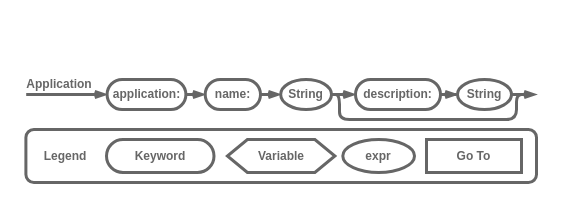
Before: 3. Proyecto/metamodel/Railroad Application.drawio in MrDahaniel/StarDuck, a draw.io diagram. Source tidied: cells renumbered, new cells numbered last; positions are measured from the earlier drawing's top-left corner, leaving out a move shared by most shapes. Both pictures are drawn from the tidied source at 100%, with x=0, y=0 at pixel (25, 69).
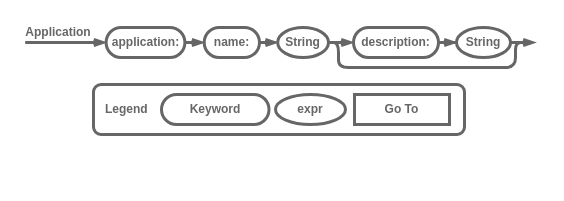
Above is the later version.

What changed in the source:
```diff
@@
+    <mxCell id="20" style="group;" parent="1" vertex="1">
+      <mxGeometry x="-0.3" y="-52" width="510.3" height="117" as="geometry" />
+    </mxCell>
-    <mxCell id="2" style="edgeStyle=orthogonalEdgeStyle;shape=connector;curved=0;rounded=0;jettySize=auto;html=1;exitX=0;exitY=0.5;exitDx=0;exitDy=0;labelBackgroundColor=default;strokeColor=#666666;strokeWidth=3;align=center;verticalAlign=middle;fontFamily=Helvetica;fontSize=11;fontColor=default;endArrow=none;endFill=0;startArrow=openThin;startFill=0;" parent="1" edge="1" source="3">
+    <mxCell id="2" style="edgeStyle=orthogonalEdgeStyle;shape=connector;curved=0;rounded=0;jettySize=auto;html=1;exitX=0;exitY=0.5;exitDx=0;exitDy=0;labelBackgroundColor=default;strokeColor=#666666;strokeWidth=3;align=center;verticalAlign=middle;fontFamily=Helvetica;fontSize=11;fontColor=default;endArrow=none;endFill=0;startArrow=openThin;startFill=0;" parent="20" edge="1" source="3">
       <mxGeometry relative="1" as="geometry">
-        <mxPoint x="0.7" y="25" as="targetPoint" />
+        <mxPoint y="25" as="targetPoint" />
       </mxGeometry>
     </mxCell>
-    <mxCell id="3" value="&lt;b style=&quot;border-color: var(--border-color);&quot;&gt;&lt;font style=&quot;border-color: var(--border-color);&quot; color=&quot;#666666&quot;&gt;application:&lt;/font&gt;&lt;/b&gt;" style="rounded=1;whiteSpace=wrap;html=1;strokeColor=#666666;fontFamily=Helvetica;fontSize=12;fontColor=#143642;fillColor=#ffffff;arcSize=50;fontStyle=0;shadow=0;labelBackgroundColor=none;align=center;verticalAlign=middle;strokeWidth=3;" parent="1" vertex="1">
-      <mxGeometry x="81.6" y="10" width="78.8" height="30" as="geometry" />
+    <mxCell id="3" value="&lt;b style=&quot;border-color: var(--border-color);&quot;&gt;&lt;font style=&quot;border-color: var(--border-color);&quot; color=&quot;#666666&quot;&gt;application:&lt;/font&gt;&lt;/b&gt;" style="rounded=1;whiteSpace=wrap;html=1;strokeColor=#666666;fontFamily=Helvetica;fontSize=12;fontColor=#143642;fillColor=#ffffff;arcSize=50;fontStyle=0;shadow=0;labelBackgroundColor=none;align=center;verticalAlign=middle;strokeWidth=3;" parent="20" vertex="1">
+      <mxGeometry x="80.9" y="10" width="78.8" height="30" as="geometry" />
     </mxCell>
-    <mxCell id="4" style="edgeStyle=orthogonalEdgeStyle;shape=connector;curved=0;rounded=0;jettySize=auto;html=1;exitX=1;exitY=0.5;exitDx=0;exitDy=0;labelBackgroundColor=default;strokeColor=#666666;strokeWidth=3;align=center;verticalAlign=middle;fontFamily=Helvetica;fontSize=11;fontColor=default;endArrow=openThin;endFill=0;" parent="1" edge="1" source="14">
+    <mxCell id="4" style="edgeStyle=orthogonalEdgeStyle;shape=connector;curved=0;rounded=0;jettySize=auto;html=1;exitX=1;exitY=0.5;exitDx=0;exitDy=0;labelBackgroundColor=default;strokeColor=#666666;strokeWidth=3;align=center;verticalAlign=middle;fontFamily=Helvetica;fontSize=11;fontColor=default;endArrow=openThin;endFill=0;" parent="20" edge="1" source="14">
       <mxGeometry relative="1" as="geometry">
-        <mxPoint x="511" y="25" as="targetPoint" />
+        <mxPoint x="510.3" y="25" as="targetPoint" />
       </mxGeometry>
     </mxCell>
-    <mxCell id="5" value="&lt;b style=&quot;border-color: var(--border-color); color: rgb(51, 51, 51);&quot;&gt;&lt;font style=&quot;border-color: var(--border-color);&quot; color=&quot;#666666&quot;&gt;name:&lt;/font&gt;&lt;/b&gt;" style="rounded=1;whiteSpace=wrap;html=1;strokeColor=#666666;fontFamily=Helvetica;fontSize=12;fontColor=#143642;fillColor=#ffffff;arcSize=50;fontStyle=0;shadow=0;labelBackgroundColor=none;verticalAlign=middle;strokeWidth=3;" parent="1" vertex="1">
-      <mxGeometry x="179.7" y="10" width="55.3" height="30" as="geometry" />
+    <mxCell id="5" value="&lt;b style=&quot;border-color: var(--border-color); color: rgb(51, 51, 51);&quot;&gt;&lt;font style=&quot;border-color: var(--border-color);&quot; color=&quot;#666666&quot;&gt;name:&lt;/font&gt;&lt;/b&gt;" style="rounded=1;whiteSpace=wrap;html=1;strokeColor=#666666;fontFamily=Helvetica;fontSize=12;fontColor=#143642;fillColor=#ffffff;arcSize=50;fontStyle=0;shadow=0;labelBackgroundColor=none;verticalAlign=middle;strokeWidth=3;" parent="20" vertex="1">
+      <mxGeometry x="179" y="10" width="55.3" height="30" as="geometry" />
     </mxCell>
-    <mxCell id="6" style="edgeStyle=orthogonalEdgeStyle;shape=connector;curved=0;rounded=0;jettySize=auto;html=1;exitX=1;exitY=0.5;exitDx=0;exitDy=0;labelBackgroundColor=default;strokeColor=#666666;strokeWidth=3;align=center;verticalAlign=middle;fontFamily=Helvetica;fontSize=11;fontColor=default;endArrow=openThin;endFill=0;" parent="1" edge="1" source="3" target="5">
+    <mxCell id="6" style="edgeStyle=orthogonalEdgeStyle;shape=connector;curved=0;rounded=0;jettySize=auto;html=1;exitX=1;exitY=0.5;exitDx=0;exitDy=0;labelBackgroundColor=default;strokeColor=#666666;strokeWidth=3;align=center;verticalAlign=middle;fontFamily=Helvetica;fontSize=11;fontColor=default;endArrow=openThin;endFill=0;" parent="20" edge="1" source="3" target="5">
       <mxGeometry relative="1" as="geometry">
         <Array as="points">
-          <mxPoint x="191" y="25" />
-          <mxPoint x="191" y="25" />
+          <mxPoint x="190.3" y="25" />
+          <mxPoint x="190.3" y="25" />
         </Array>
       </mxGeometry>
     </mxCell>
-    <mxCell id="7" value="&lt;font size=&quot;1&quot; color=&quot;#666666&quot;&gt;&lt;b style=&quot;font-size: 12px;&quot;&gt;Application&lt;/b&gt;&lt;/font&gt;" style="text;html=1;strokeColor=none;fillColor=none;align=center;verticalAlign=middle;whiteSpace=wrap;rounded=0;fontSize=11;fontFamily=Helvetica;fontColor=#333333;" parent="1" vertex="1">
-      <mxGeometry x="4.4" width="60" height="30" as="geometry" />
+    <mxCell id="7" value="&lt;font size=&quot;1&quot; color=&quot;#666666&quot;&gt;&lt;b style=&quot;font-size: 12px;&quot;&gt;Application&lt;/b&gt;&lt;/font&gt;" style="text;html=1;strokeColor=none;fillColor=none;align=center;verticalAlign=middle;whiteSpace=wrap;rounded=0;fontSize=11;fontFamily=Helvetica;fontColor=#333333;" parent="20" vertex="1">
+      <mxGeometry x="3.7" width="60" height="30" as="geometry" />
     </mxCell>
-    <mxCell id="8" style="edgeStyle=orthogonalEdgeStyle;shape=connector;curved=0;rounded=0;jettySize=auto;html=1;exitX=1;exitY=0.5;exitDx=0;exitDy=0;labelBackgroundColor=default;strokeColor=#666666;strokeWidth=3;align=center;verticalAlign=middle;fontFamily=Helvetica;fontSize=11;fontColor=default;endArrow=openThin;endFill=0;" parent="1" edge="1" source="5" target="10">
+    <mxCell id="8" style="edgeStyle=orthogonalEdgeStyle;shape=connector;curved=0;rounded=0;jettySize=auto;html=1;exitX=1;exitY=0.5;exitDx=0;exitDy=0;labelBackgroundColor=default;strokeColor=#666666;strokeWidth=3;align=center;verticalAlign=middle;fontFamily=Helvetica;fontSize=11;fontColor=default;endArrow=openThin;endFill=0;" parent="20" edge="1" source="5" target="10">
       <mxGeometry relative="1" as="geometry">
         <Array as="points">
-          <mxPoint x="251" y="25" />
-          <mxPoint x="251" y="25" />
+          <mxPoint x="250.3" y="25" />
+          <mxPoint x="250.3" y="25" />
         </Array>
       </mxGeometry>
     </mxCell>
-    <mxCell id="9" style="edgeStyle=orthogonalEdgeStyle;shape=connector;curved=0;rounded=1;jettySize=auto;html=1;labelBackgroundColor=default;strokeColor=#666666;strokeWidth=3;align=center;verticalAlign=middle;fontFamily=Helvetica;fontSize=11;fontColor=default;endArrow=none;endFill=0;" parent="1" edge="1" source="10">
+    <mxCell id="9" style="edgeStyle=orthogonalEdgeStyle;shape=connector;curved=0;rounded=1;jettySize=auto;html=1;labelBackgroundColor=default;strokeColor=#666666;strokeWidth=3;align=center;verticalAlign=middle;fontFamily=Helvetica;fontSize=11;fontColor=default;endArrow=none;endFill=0;" parent="20" edge="1" source="10">
       <mxGeometry relative="1" as="geometry">
-        <mxPoint x="501" y="25" as="targetPoint" />
+        <mxPoint x="500.3" y="25" as="targetPoint" />
         <Array as="points">
-          <mxPoint x="314" y="25" />
-          <mxPoint x="314" y="50" />
-          <mxPoint x="491" y="50" />
-          <mxPoint x="491" y="25" />
+          <mxPoint x="313.3" y="25" />
+          <mxPoint x="313.3" y="50" />
+          <mxPoint x="490.3" y="50" />
+          <mxPoint x="490.3" y="25" />
         </Array>
       </mxGeometry>
     </mxCell>
-    <mxCell id="10" value="&lt;b style=&quot;border-color: var(--border-color); color: rgb(51, 51, 51);&quot;&gt;&lt;font style=&quot;border-color: var(--border-color);&quot; color=&quot;#666666&quot;&gt;String&lt;/font&gt;&lt;/b&gt;" style="ellipse;whiteSpace=wrap;html=1;rounded=1;labelBackgroundColor=none;strokeColor=#666666;fontFamily=Helvetica;fontSize=12;fontColor=default;fillColor=default;strokeWidth=3;" parent="1" vertex="1">
-      <mxGeometry x="255.2" y="10" width="50.8" height="30" as="geometry" />
+    <mxCell id="10" value="&lt;b style=&quot;border-color: var(--border-color); color: rgb(51, 51, 51);&quot;&gt;&lt;font style=&quot;border-color: var(--border-color);&quot; color=&quot;#666666&quot;&gt;String&lt;/font&gt;&lt;/b&gt;" style="ellipse;whiteSpace=wrap;html=1;rounded=1;labelBackgroundColor=none;strokeColor=#666666;fontFamily=Helvetica;fontSize=12;fontColor=default;fillColor=default;strokeWidth=3;" parent="20" vertex="1">
+      <mxGeometry x="252.5" y="10" width="50.8" height="30" as="geometry" />
     </mxCell>
-    <mxCell id="11" style="edgeStyle=orthogonalEdgeStyle;shape=connector;curved=0;rounded=0;jettySize=auto;html=1;exitX=1;exitY=0.5;exitDx=0;exitDy=0;labelBackgroundColor=default;strokeColor=#666666;strokeWidth=3;align=center;verticalAlign=middle;fontFamily=Helvetica;fontSize=11;fontColor=default;endArrow=openThin;endFill=0;" parent="1" edge="1" source="10" target="12">
+    <mxCell id="11" style="edgeStyle=orthogonalEdgeStyle;shape=connector;curved=0;rounded=0;jettySize=auto;html=1;exitX=1;exitY=0.5;exitDx=0;exitDy=0;labelBackgroundColor=default;strokeColor=#666666;strokeWidth=3;align=center;verticalAlign=middle;fontFamily=Helvetica;fontSize=11;fontColor=default;endArrow=openThin;endFill=0;" parent="20" edge="1" source="10" target="12">
       <mxGeometry relative="1" as="geometry">
         <Array as="points">
-          <mxPoint x="321" y="25" />
-          <mxPoint x="321" y="25" />
+          <mxPoint x="320.3" y="25" />
+          <mxPoint x="320.3" y="25" />
         </Array>
       </mxGeometry>
     </mxCell>
-    <mxCell id="12" value="&lt;b style=&quot;border-color: var(--border-color); color: rgb(51, 51, 51);&quot;&gt;&lt;font style=&quot;border-color: var(--border-color);&quot; color=&quot;#666666&quot;&gt;description:&lt;/font&gt;&lt;/b&gt;" style="rounded=1;whiteSpace=wrap;html=1;strokeColor=#666666;fontFamily=Helvetica;fontSize=12;fontColor=#143642;fillColor=#ffffff;arcSize=50;fontStyle=0;shadow=0;labelBackgroundColor=none;verticalAlign=middle;strokeWidth=3;" parent="1" vertex="1">
-      <mxGeometry x="330" y="10" width="85" height="30" as="geometry" />
+    <mxCell id="12" value="&lt;b style=&quot;border-color: var(--border-color); color: rgb(51, 51, 51);&quot;&gt;&lt;font style=&quot;border-color: var(--border-color);&quot; color=&quot;#666666&quot;&gt;description:&lt;/font&gt;&lt;/b&gt;" style="rounded=1;whiteSpace=wrap;html=1;strokeColor=#666666;fontFamily=Helvetica;fontSize=12;fontColor=#143642;fillColor=#ffffff;arcSize=50;fontStyle=0;shadow=0;labelBackgroundColor=none;verticalAlign=middle;strokeWidth=3;" parent="20" vertex="1">
+      <mxGeometry x="328.3" y="10" width="85" height="30" as="geometry" />
     </mxCell>
-    <mxCell id="13" style="edgeStyle=orthogonalEdgeStyle;shape=connector;curved=0;rounded=0;jettySize=auto;html=1;exitX=1;exitY=0.5;exitDx=0;exitDy=0;labelBackgroundColor=default;strokeColor=#666666;strokeWidth=3;align=center;verticalAlign=middle;fontFamily=Helvetica;fontSize=11;fontColor=default;endArrow=openThin;endFill=0;" parent="1" edge="1" source="12" target="14">
+    <mxCell id="13" style="edgeStyle=orthogonalEdgeStyle;shape=connector;curved=0;rounded=0;jettySize=auto;html=1;exitX=1;exitY=0.5;exitDx=0;exitDy=0;labelBackgroundColor=default;strokeColor=#666666;strokeWidth=3;align=center;verticalAlign=middle;fontFamily=Helvetica;fontSize=11;fontColor=default;endArrow=openThin;endFill=0;" parent="20" edge="1" source="12" target="14">
       <mxGeometry relative="1" as="geometry">
         <Array as="points">
-          <mxPoint x="431" y="25" />
-          <mxPoint x="431" y="25" />
+          <mxPoint x="430.3" y="25" />
+          <mxPoint x="430.3" y="25" />
         </Array>
       </mxGeometry>
     </mxCell>
-    <mxCell id="14" value="&lt;b style=&quot;border-color: var(--border-color); color: rgb(51, 51, 51);&quot;&gt;&lt;font style=&quot;border-color: var(--border-color);&quot; color=&quot;#666666&quot;&gt;String&lt;/font&gt;&lt;/b&gt;" style="ellipse;whiteSpace=wrap;html=1;rounded=1;labelBackgroundColor=none;strokeColor=#666666;fontFamily=Helvetica;fontSize=12;fontColor=default;fillColor=default;strokeWidth=3;" parent="1" vertex="1">
-      <mxGeometry x="432" y="10" width="54" height="30" as="geometry" />
+    <mxCell id="14" value="&lt;b style=&quot;border-color: var(--border-color); color: rgb(51, 51, 51);&quot;&gt;&lt;font style=&quot;border-color: var(--border-color);&quot; color=&quot;#666666&quot;&gt;String&lt;/font&gt;&lt;/b&gt;" style="ellipse;whiteSpace=wrap;html=1;rounded=1;labelBackgroundColor=none;strokeColor=#666666;fontFamily=Helvetica;fontSize=12;fontColor=default;fillColor=default;strokeWidth=3;" parent="20" vertex="1">
+      <mxGeometry x="431.3" y="10" width="54" height="30" as="geometry" />
     </mxCell>
+    <mxCell id="21" style="group;" parent="20" vertex="1">
+      <mxGeometry x="68.3" y="67" width="371" height="50" as="geometry" />
+    </mxCell>
-    <mxCell id="15" value="&lt;b style=&quot;border-color: var(--border-color); color: rgb(51, 51, 51); font-family: Helvetica; text-align: center;&quot;&gt;&lt;font style=&quot;border-color: var(--border-color);&quot; color=&quot;#666666&quot;&gt;&amp;nbsp; &amp;nbsp; &amp;nbsp;Legend&lt;/font&gt;&lt;/b&gt;" style="text;html=1;align=left;verticalAlign=middle;whiteSpace=wrap;rounded=1;fontFamily=Courier New;perimeterSpacing=6;shadow=0;fillColor=#ffffff;fontColor=#143642;strokeColor=#666666;labelBackgroundColor=none;strokeWidth=3;" parent="1" vertex="1">
-      <mxGeometry x="0.4" y="60" width="510.6" height="53" as="geometry" />
+    <mxCell id="15" value="&lt;b style=&quot;border-color: var(--border-color); color: rgb(51, 51, 51); font-family: Helvetica; text-align: center;&quot;&gt;&lt;font style=&quot;border-color: var(--border-color);&quot; color=&quot;#666666&quot;&gt;&amp;nbsp; &amp;nbsp;Legend&lt;/font&gt;&lt;/b&gt;" style="text;html=1;align=left;verticalAlign=middle;whiteSpace=wrap;rounded=1;fontFamily=Courier New;perimeterSpacing=6;shadow=0;fillColor=#ffffff;fontColor=#143642;strokeColor=#666666;labelBackgroundColor=none;strokeWidth=3;" parent="21" vertex="1">
+      <mxGeometry width="371" height="50" as="geometry" />
     </mxCell>
-    <mxCell id="16" value="&lt;b style=&quot;border-color: var(--border-color); color: rgb(51, 51, 51);&quot;&gt;&lt;font style=&quot;border-color: var(--border-color);&quot; color=&quot;#666666&quot;&gt;expr&lt;/font&gt;&lt;/b&gt;" style="ellipse;whiteSpace=wrap;html=1;rounded=1;labelBackgroundColor=none;strokeColor=#666666;fontFamily=Helvetica;fontSize=12;fontColor=default;fillColor=default;strokeWidth=3;" parent="1" vertex="1">
-      <mxGeometry x="317.3" y="70" width="71.7" height="33" as="geometry" />
+    <mxCell id="16" value="&lt;b style=&quot;border-color: var(--border-color); color: rgb(51, 51, 51);&quot;&gt;&lt;font style=&quot;border-color: var(--border-color);&quot; color=&quot;#666666&quot;&gt;expr&lt;/font&gt;&lt;/b&gt;" style="ellipse;whiteSpace=wrap;html=1;rounded=1;labelBackgroundColor=none;strokeColor=#666666;fontFamily=Helvetica;fontSize=12;fontColor=default;fillColor=default;strokeWidth=3;" parent="21" vertex="1">
+      <mxGeometry x="182" y="10" width="70" height="30" as="geometry" />
     </mxCell>
-    <mxCell id="17" value="&lt;font color=&quot;#666666&quot;&gt;&lt;b&gt;Variable&lt;/b&gt;&lt;/font&gt;" style="shape=hexagon;perimeter=hexagonPerimeter2;whiteSpace=wrap;html=1;fixedSize=1;strokeColor=#666666;fontColor=#143642;fillColor=default;strokeWidth=3;" parent="1" vertex="1">
-      <mxGeometry x="201.9" y="70" width="107.5" height="33" as="geometry" />
-    </mxCell>
-    <mxCell id="18" value="&lt;p&gt;&lt;b style=&quot;border-color: var(--border-color); color: rgb(51, 51, 51);&quot;&gt;&lt;font style=&quot;border-color: var(--border-color);&quot; color=&quot;#666666&quot;&gt;Keyword&lt;/font&gt;&lt;/b&gt;&lt;br&gt;&lt;/p&gt;" style="rounded=1;whiteSpace=wrap;html=1;arcSize=50;fontStyle=0;fillColor=#ffffff;strokeColor=#666666;labelBackgroundColor=none;fontColor=#143642;strokeWidth=3;" parent="1" vertex="1">
-      <mxGeometry x="81" y="70" width="107.5" height="33" as="geometry" />
+    <mxCell id="18" value="&lt;p&gt;&lt;b style=&quot;border-color: var(--border-color); color: rgb(51, 51, 51);&quot;&gt;&lt;font style=&quot;border-color: var(--border-color);&quot; color=&quot;#666666&quot;&gt;Keyword&lt;/font&gt;&lt;/b&gt;&lt;br&gt;&lt;/p&gt;" style="rounded=1;whiteSpace=wrap;html=1;arcSize=50;fontStyle=0;fillColor=#ffffff;strokeColor=#666666;labelBackgroundColor=none;fontColor=#143642;strokeWidth=3;" parent="21" vertex="1">
+      <mxGeometry x="68" y="10" width="107.5" height="30" as="geometry" />
     </mxCell>
-    <mxCell id="19" value="&lt;b style=&quot;border-color: var(--border-color); color: rgb(51, 51, 51);&quot;&gt;&lt;font style=&quot;border-color: var(--border-color);&quot; color=&quot;#666666&quot;&gt;Go To&lt;/font&gt;&lt;/b&gt;" style="rounded=1;whiteSpace=wrap;html=1;strokeColor=#666666;fontFamily=Helvetica;fontSize=12;fontColor=#143642;fillColor=#FFFFFF;arcSize=0;fontStyle=0;shadow=0;labelBackgroundColor=none;strokeWidth=3;" parent="1" vertex="1">
-      <mxGeometry x="401" y="70" width="95" height="33" as="geometry" />
+    <mxCell id="19" value="&lt;b style=&quot;border-color: var(--border-color); color: rgb(51, 51, 51);&quot;&gt;&lt;font style=&quot;border-color: var(--border-color);&quot; color=&quot;#666666&quot;&gt;Go To&lt;/font&gt;&lt;/b&gt;" style="rounded=1;whiteSpace=wrap;html=1;strokeColor=#666666;fontFamily=Helvetica;fontSize=12;fontColor=#143642;fillColor=#FFFFFF;arcSize=0;fontStyle=0;shadow=0;labelBackgroundColor=none;strokeWidth=3;" parent="21" vertex="1">
+      <mxGeometry x="261" y="10" width="95" height="30" as="geometry" />
     </mxCell>
```
